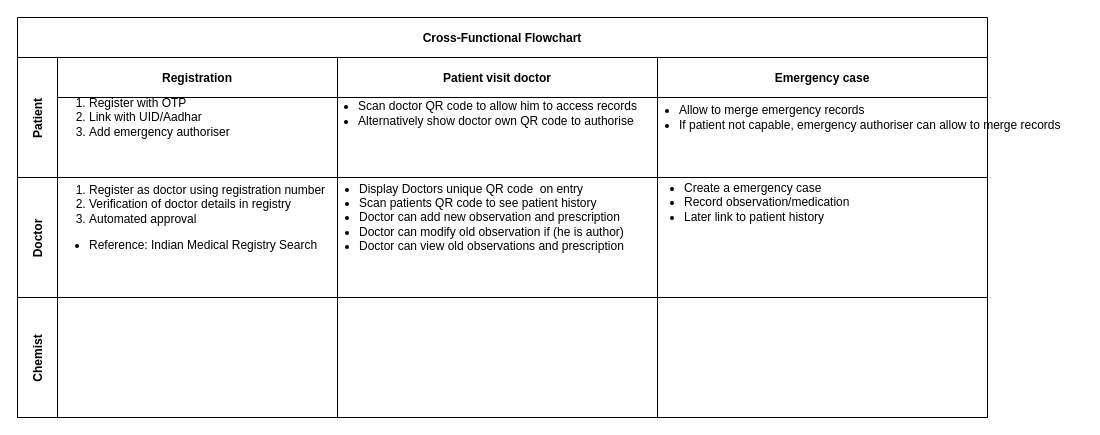
The draw.io diagram connected-health/Untitled Diagram.drawio in jayy2kok/startup-designs, before the edit. Source tidied: cells renumbered, new cells numbered last; positions are measured from the earlier drawing's top-left corner, leaving out a move shared by most shapes. Both pictures are drawn from the tidied source at 100%, with x=0, y=0 at pixel (17, 17).
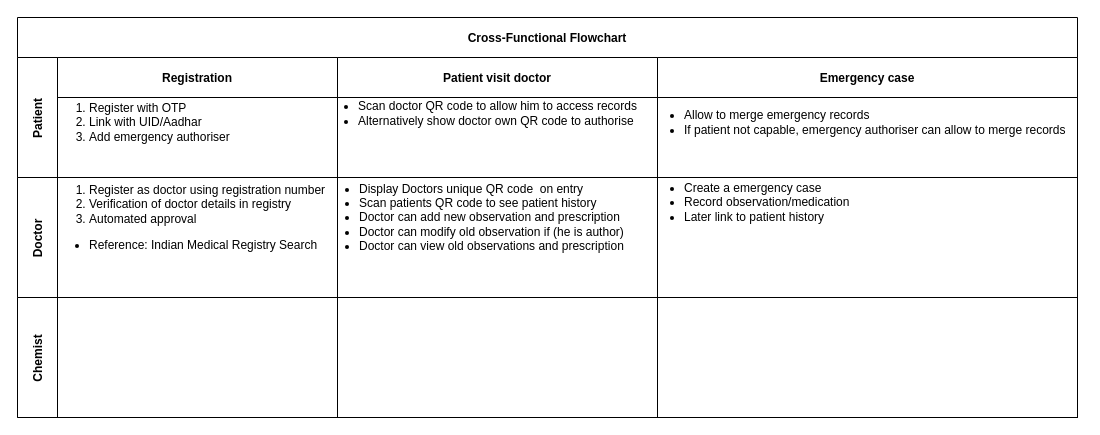
The same page after the edit.

Unchanged cells that the change refers to:
```xml
<mxCell id="4" value="Registration" style="swimlane;startSize=40;shadow=0;sketch=0;" parent="3" vertex="1">
  <mxGeometry x="40" width="280" height="120" as="geometry" />
</mxCell>
```

The edit, as a diff of the source:
```diff
@@
     <mxCell id="2" value="Cross-Functional Flowchart" style="shape=table;childLayout=tableLayout;rowLines=0;columnLines=0;startSize=40;fontStyle=1;align=center;shadow=0;sketch=0;" parent="1" vertex="1">
-      <mxGeometry width="970" height="400" as="geometry" />
+      <mxGeometry width="1060" height="400" as="geometry" />
     </mxCell>
     <mxCell id="3" value="Patient" style="swimlane;horizontal=0;startSize=40;fontStyle=1;shadow=0;sketch=0;" parent="2" vertex="1">
-      <mxGeometry y="40" width="970" height="120" as="geometry" />
+      <mxGeometry y="40" width="1060" height="120" as="geometry" />
     </mxCell>
@@
     <mxCell id="5" value="&lt;ol&gt;&lt;li&gt;Register with OTP&lt;/li&gt;&lt;li&gt;Link with UID/Aadhar&lt;/li&gt;&lt;li&gt;Add emergency authoriser&lt;/li&gt;&lt;/ol&gt;" style="text;html=1;align=left;verticalAlign=middle;strokeColor=none;fillColor=none;" parent="4" vertex="1">
-      <mxGeometry x="-10" y="25" width="200" height="70" as="geometry" />
+      <mxGeometry x="-10" y="30" width="200" height="70" as="geometry" />
     </mxCell>
@@
     <mxCell id="8" value="Emergency case" style="swimlane;startSize=40;shadow=0;sketch=0;" parent="3" vertex="1">
-      <mxGeometry x="640" width="330" height="120" as="geometry" />
+      <mxGeometry x="640" width="420" height="120" as="geometry" />
     </mxCell>
+    <mxCell id="20" value="&lt;ul&gt;&lt;li&gt;Allow to merge emergency records&lt;/li&gt;&lt;li&gt;If patient not capable, emergency authoriser can allow to merge records&lt;/li&gt;&lt;/ul&gt;" style="text;html=1;align=left;verticalAlign=middle;strokeColor=none;fillColor=none;" parent="8" vertex="1">
+      <mxGeometry x="-15" y="35" width="440" height="60" as="geometry" />
+    </mxCell>
     <mxCell id="9" value="Doctor" style="swimlane;horizontal=0;startSize=40;shadow=0;sketch=0;" parent="2" vertex="1">
-      <mxGeometry y="160" width="970" height="120" as="geometry" />
+      <mxGeometry y="160" width="1060" height="120" as="geometry" />
     </mxCell>
@@
     <mxCell id="14" style="swimlane;startSize=0;shadow=0;sketch=0;" parent="9" vertex="1">
-      <mxGeometry x="640" width="330" height="120" as="geometry" />
+      <mxGeometry x="640" width="420" height="120" as="geometry" />
     </mxCell>
@@
     <mxCell id="16" value="Chemist" style="swimlane;horizontal=0;startSize=40;shadow=0;sketch=0;" parent="2" vertex="1">
-      <mxGeometry y="280" width="970" height="120" as="geometry" />
+      <mxGeometry y="280" width="1060" height="120" as="geometry" />
     </mxCell>
@@
     <mxCell id="19" style="swimlane;startSize=0;shadow=0;sketch=0;" parent="16" vertex="1">
-      <mxGeometry x="640" width="330" height="120" as="geometry" />
+      <mxGeometry x="640" width="420" height="120" as="geometry" />
     </mxCell>
-    <mxCell id="20" value="&lt;ul&gt;&lt;li&gt;Allow to merge emergency records&lt;/li&gt;&lt;li&gt;If patient not capable, emergency authoriser can allow to merge records&lt;/li&gt;&lt;/ul&gt;" style="text;html=1;align=left;verticalAlign=middle;strokeColor=none;fillColor=none;" parent="1" vertex="1">
-      <mxGeometry x="620" y="70" width="440" height="60" as="geometry" />
-    </mxCell>
```
